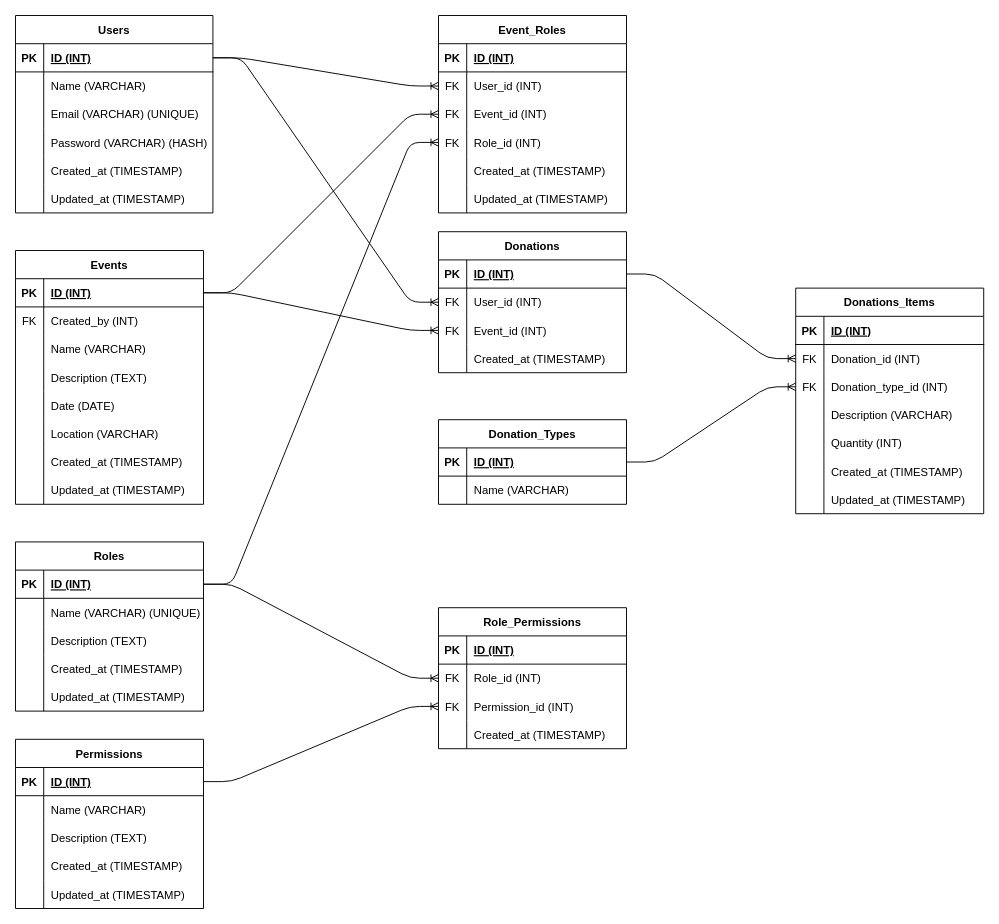
Before: db.drawio in PedroNeto05/projeto_caridade_backend, a draw.io diagram. Source tidied: cells renumbered, new cells numbered last; positions are measured from the earlier drawing's top-left corner, leaving out a move shared by most shapes. Both pictures are drawn from the tidied source at 94%, with x=0, y=0 at pixel (15, 15).
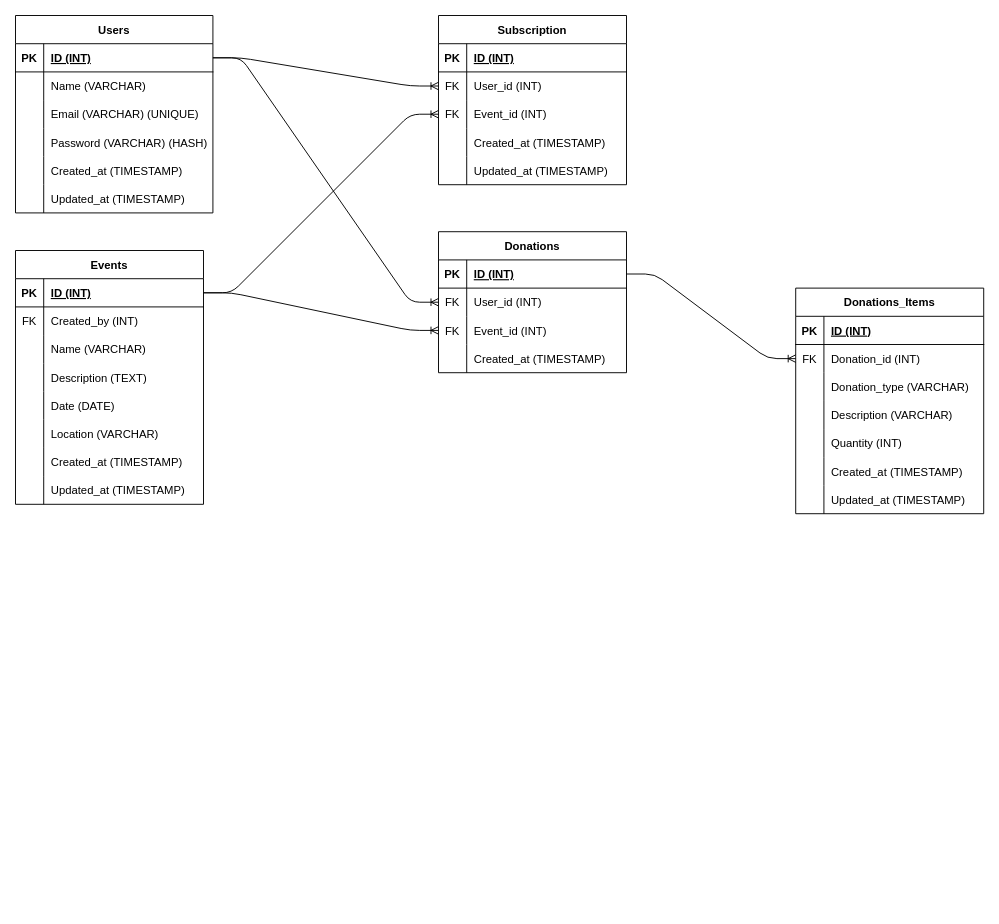
The same diagram, later.

Commit message (it also covers changes not shown here):
refact: removido algumas tabelas

The change refers to these unchanged cells:
```xml
<mxCell id="130" style="shape=tableRow;horizontal=0;startSize=0;swimlaneHead=0;swimlaneBody=0;fillColor=none;points=[[0,0.5],[1,0.5]];portConstraint=eastwest;top=0;left=0;right=0;bottom=0;" parent="123" vertex="1">
  <mxGeometry y="90" width="200" height="30" as="geometry" />
</mxCell>
```

The edit, as a diff of the source:
```diff
@@
-    <mxCell id="21" value="Roles" style="shape=table;startSize=30;childLayout=tableLayout;rowLines=0;fontStyle=1;align=center;" parent="1" vertex="1">
-      <mxGeometry y="560" width="200" height="180" as="geometry" />
-    </mxCell>
-    <mxCell id="22" style="shape=tableRow;horizontal=0;startSize=0;swimlaneHead=0;swimlaneBody=0;fillColor=none;points=[[0,0.5],[1,0.5]];portConstraint=eastwest;top=0;left=0;right=0;bottom=1;" parent="21" vertex="1">
-      <mxGeometry y="30" width="200" height="30" as="geometry" />
-    </mxCell>
-    <mxCell id="23" value="PK" style="shape=partialRectangle;fillColor=none;top=0;left=0;bottom=0;right=0;fontStyle=1;overflow=hidden;" parent="22" vertex="1">
-      <mxGeometry width="30" height="30" as="geometry" />
-    </mxCell>
-    <mxCell id="24" value="ID (INT)" style="shape=partialRectangle;fillColor=none;top=0;left=0;bottom=0;right=0;align=left;spacingLeft=6;fontStyle=5;overflow=hidden;" parent="22" vertex="1">
-      <mxGeometry x="30" width="170" height="30" as="geometry" />
-    </mxCell>
-    <mxCell id="25" style="shape=tableRow;horizontal=0;startSize=0;swimlaneHead=0;swimlaneBody=0;fillColor=none;top=0;left=0;right=0;bottom=0;" parent="21" vertex="1">
-      <mxGeometry y="60" width="200" height="30" as="geometry" />
-    </mxCell>
-    <mxCell id="26" style="shape=partialRectangle;fillColor=none;top=0;left=0;bottom=0;right=0;overflow=hidden;" parent="25" vertex="1">
-      <mxGeometry width="30" height="30" as="geometry" />
-    </mxCell>
-    <mxCell id="27" value="Name (VARCHAR) (UNIQUE)" style="shape=partialRectangle;fillColor=none;top=0;left=0;bottom=0;right=0;align=left;spacingLeft=6;overflow=hidden;" parent="25" vertex="1">
-      <mxGeometry x="30" width="170" height="30" as="geometry" />
-    </mxCell>
-    <mxCell id="28" style="shape=tableRow;horizontal=0;startSize=0;swimlaneHead=0;swimlaneBody=0;fillColor=none;top=0;left=0;right=0;bottom=0;" parent="21" vertex="1">
-      <mxGeometry y="90" width="200" height="30" as="geometry" />
-    </mxCell>
-    <mxCell id="29" style="shape=partialRectangle;fillColor=none;top=0;left=0;bottom=0;right=0;overflow=hidden;" parent="28" vertex="1">
-      <mxGeometry width="30" height="30" as="geometry" />
-    </mxCell>
-    <mxCell id="30" value="Description (TEXT)" style="shape=partialRectangle;fillColor=none;top=0;left=0;bottom=0;right=0;align=left;spacingLeft=6;overflow=hidden;" parent="28" vertex="1">
-      <mxGeometry x="30" width="170" height="30" as="geometry" />
-    </mxCell>
-    <mxCell id="31" style="shape=tableRow;horizontal=0;startSize=0;swimlaneHead=0;swimlaneBody=0;fillColor=none;top=0;left=0;right=0;bottom=0;" parent="21" vertex="1">
-      <mxGeometry y="120" width="200" height="30" as="geometry" />
-    </mxCell>
-    <mxCell id="32" style="shape=partialRectangle;fillColor=none;top=0;left=0;bottom=0;right=0;overflow=hidden;" parent="31" vertex="1">
-      <mxGeometry width="30" height="30" as="geometry" />
-    </mxCell>
-    <mxCell id="33" value="Created_at (TIMESTAMP)" style="shape=partialRectangle;fillColor=none;top=0;left=0;bottom=0;right=0;align=left;spacingLeft=6;overflow=hidden;" parent="31" vertex="1">
-      <mxGeometry x="30" width="170" height="30" as="geometry" />
-    </mxCell>
-    <mxCell id="34" style="shape=tableRow;horizontal=0;startSize=0;swimlaneHead=0;swimlaneBody=0;fillColor=none;top=0;left=0;right=0;bottom=0;" parent="21" vertex="1">
-      <mxGeometry y="150" width="200" height="30" as="geometry" />
-    </mxCell>
-    <mxCell id="35" style="shape=partialRectangle;fillColor=none;top=0;left=0;bottom=0;right=0;overflow=hidden;" parent="34" vertex="1">
-      <mxGeometry width="30" height="30" as="geometry" />
-    </mxCell>
-    <mxCell id="36" value="Updated_at (TIMESTAMP)" style="shape=partialRectangle;fillColor=none;top=0;left=0;bottom=0;right=0;align=left;spacingLeft=6;overflow=hidden;" parent="34" vertex="1">
-      <mxGeometry x="30" width="170" height="30" as="geometry" />
-    </mxCell>
-    <mxCell id="37" value="Permissions" style="shape=table;startSize=30;childLayout=tableLayout;rowLines=0;fontStyle=1;align=center;" parent="1" vertex="1">
-      <mxGeometry y="770" width="200" height="180" as="geometry" />
-    </mxCell>
-    <mxCell id="38" style="shape=tableRow;horizontal=0;startSize=0;swimlaneHead=0;swimlaneBody=0;fillColor=none;points=[[0,0.5],[1,0.5]];portConstraint=eastwest;top=0;left=0;right=0;bottom=1;" parent="37" vertex="1">
-      <mxGeometry y="30" width="200" height="30" as="geometry" />
-    </mxCell>
-    <mxCell id="39" value="PK" style="shape=partialRectangle;fillColor=none;top=0;left=0;bottom=0;right=0;fontStyle=1;overflow=hidden;" parent="38" vertex="1">
-      <mxGeometry width="30" height="30" as="geometry" />
-    </mxCell>
-    <mxCell id="40" value="ID (INT)" style="shape=partialRectangle;fillColor=none;top=0;left=0;bottom=0;right=0;align=left;spacingLeft=6;fontStyle=5;overflow=hidden;" parent="38" vertex="1">
-      <mxGeometry x="30" width="170" height="30" as="geometry" />
-    </mxCell>
-    <mxCell id="41" style="shape=tableRow;horizontal=0;startSize=0;swimlaneHead=0;swimlaneBody=0;fillColor=none;top=0;left=0;right=0;bottom=0;" parent="37" vertex="1">
-      <mxGeometry y="60" width="200" height="30" as="geometry" />
-    </mxCell>
-    <mxCell id="42" style="shape=partialRectangle;fillColor=none;top=0;left=0;bottom=0;right=0;overflow=hidden;" parent="41" vertex="1">
-      <mxGeometry width="30" height="30" as="geometry" />
-    </mxCell>
-    <mxCell id="43" value="Name (VARCHAR)" style="shape=partialRectangle;fillColor=none;top=0;left=0;bottom=0;right=0;align=left;spacingLeft=6;overflow=hidden;" parent="41" vertex="1">
-      <mxGeometry x="30" width="170" height="30" as="geometry" />
-    </mxCell>
-    <mxCell id="44" style="shape=tableRow;horizontal=0;startSize=0;swimlaneHead=0;swimlaneBody=0;fillColor=none;top=0;left=0;right=0;bottom=0;" parent="37" vertex="1">
-      <mxGeometry y="90" width="200" height="30" as="geometry" />
-    </mxCell>
-    <mxCell id="45" style="shape=partialRectangle;fillColor=none;top=0;left=0;bottom=0;right=0;overflow=hidden;" parent="44" vertex="1">
-      <mxGeometry width="30" height="30" as="geometry" />
-    </mxCell>
-    <mxCell id="46" value="Description (TEXT)" style="shape=partialRectangle;fillColor=none;top=0;left=0;bottom=0;right=0;align=left;spacingLeft=6;overflow=hidden;" parent="44" vertex="1">
-      <mxGeometry x="30" width="170" height="30" as="geometry" />
-    </mxCell>
-    <mxCell id="47" style="shape=tableRow;horizontal=0;startSize=0;swimlaneHead=0;swimlaneBody=0;fillColor=none;top=0;left=0;right=0;bottom=0;" parent="37" vertex="1">
-      <mxGeometry y="120" width="200" height="30" as="geometry" />
-    </mxCell>
-    <mxCell id="48" style="shape=partialRectangle;fillColor=none;top=0;left=0;bottom=0;right=0;overflow=hidden;" parent="47" vertex="1">
-      <mxGeometry width="30" height="30" as="geometry" />
-    </mxCell>
-    <mxCell id="49" value="Created_at (TIMESTAMP)" style="shape=partialRectangle;fillColor=none;top=0;left=0;bottom=0;right=0;align=left;spacingLeft=6;overflow=hidden;" parent="47" vertex="1">
-      <mxGeometry x="30" width="170" height="30" as="geometry" />
-    </mxCell>
-    <mxCell id="50" style="shape=tableRow;horizontal=0;startSize=0;swimlaneHead=0;swimlaneBody=0;fillColor=none;top=0;left=0;right=0;bottom=0;" parent="37" vertex="1">
-      <mxGeometry y="150" width="200" height="30" as="geometry" />
-    </mxCell>
-    <mxCell id="51" style="shape=partialRectangle;fillColor=none;top=0;left=0;bottom=0;right=0;overflow=hidden;" parent="50" vertex="1">
-      <mxGeometry width="30" height="30" as="geometry" />
-    </mxCell>
-    <mxCell id="52" value="Updated_at (TIMESTAMP)" style="shape=partialRectangle;fillColor=none;top=0;left=0;bottom=0;right=0;align=left;spacingLeft=6;overflow=hidden;" parent="50" vertex="1">
-      <mxGeometry x="30" width="170" height="30" as="geometry" />
-    </mxCell>
-    <mxCell id="53" value="Role_Permissions" style="shape=table;startSize=30;childLayout=tableLayout;rowLines=0;fontStyle=1;align=center;" parent="1" vertex="1">
-      <mxGeometry x="450" y="630" width="200" height="150" as="geometry" />
-    </mxCell>
-    <mxCell id="54" style="shape=tableRow;horizontal=0;startSize=0;swimlaneHead=0;swimlaneBody=0;fillColor=none;top=0;left=0;right=0;bottom=1;" parent="53" vertex="1">
-      <mxGeometry y="30" width="200" height="30" as="geometry" />
-    </mxCell>
-    <mxCell id="55" value="PK" style="shape=partialRectangle;fillColor=none;top=0;left=0;bottom=0;right=0;fontStyle=1;overflow=hidden;" parent="54" vertex="1">
-      <mxGeometry width="30" height="30" as="geometry" />
-    </mxCell>
-    <mxCell id="56" value="ID (INT)" style="shape=partialRectangle;fillColor=none;top=0;left=0;bottom=0;right=0;align=left;spacingLeft=6;fontStyle=5;overflow=hidden;" parent="54" vertex="1">
-      <mxGeometry x="30" width="170" height="30" as="geometry" />
-    </mxCell>
-    <mxCell id="57" style="shape=tableRow;horizontal=0;startSize=0;swimlaneHead=0;swimlaneBody=0;fillColor=none;points=[[0,0.5],[1,0.5]];portConstraint=eastwest;top=0;left=0;right=0;bottom=0;" parent="53" vertex="1">
-      <mxGeometry y="60" width="200" height="30" as="geometry" />
-    </mxCell>
-    <mxCell id="58" value="FK" style="shape=partialRectangle;fillColor=none;top=0;left=0;bottom=0;right=0;overflow=hidden;" parent="57" vertex="1">
-      <mxGeometry width="30" height="30" as="geometry" />
-    </mxCell>
-    <mxCell id="59" value="Role_id (INT)" style="shape=partialRectangle;fillColor=none;top=0;left=0;bottom=0;right=0;align=left;spacingLeft=6;overflow=hidden;" parent="57" vertex="1">
-      <mxGeometry x="30" width="170" height="30" as="geometry" />
-    </mxCell>
-    <mxCell id="60" style="shape=tableRow;horizontal=0;startSize=0;swimlaneHead=0;swimlaneBody=0;fillColor=none;points=[[0,0.5],[1,0.5]];portConstraint=eastwest;top=0;left=0;right=0;bottom=0;" parent="53" vertex="1">
-      <mxGeometry y="90" width="200" height="30" as="geometry" />
-    </mxCell>
-    <mxCell id="61" value="FK" style="shape=partialRectangle;fillColor=none;top=0;left=0;bottom=0;right=0;overflow=hidden;" parent="60" vertex="1">
-      <mxGeometry width="30" height="30" as="geometry" />
-    </mxCell>
-    <mxCell id="62" value="Permission_id (INT)" style="shape=partialRectangle;fillColor=none;top=0;left=0;bottom=0;right=0;align=left;spacingLeft=6;overflow=hidden;" parent="60" vertex="1">
-      <mxGeometry x="30" width="170" height="30" as="geometry" />
-    </mxCell>
-    <mxCell id="63" style="shape=tableRow;horizontal=0;startSize=0;swimlaneHead=0;swimlaneBody=0;fillColor=none;top=0;left=0;right=0;bottom=0;" parent="53" vertex="1">
-      <mxGeometry y="120" width="200" height="30" as="geometry" />
-    </mxCell>
-    <mxCell id="64" style="shape=partialRectangle;fillColor=none;top=0;left=0;bottom=0;right=0;overflow=hidden;" parent="63" vertex="1">
-      <mxGeometry width="30" height="30" as="geometry" />
-    </mxCell>
-    <mxCell id="65" value="Created_at (TIMESTAMP)" style="shape=partialRectangle;fillColor=none;top=0;left=0;bottom=0;right=0;align=left;spacingLeft=6;overflow=hidden;" parent="63" vertex="1">
-      <mxGeometry x="30" width="170" height="30" as="geometry" />
-    </mxCell>
@@
-    <mxCell id="91" value="Event_Roles" style="shape=table;startSize=30;childLayout=tableLayout;rowLines=0;fontStyle=1;align=center;" parent="1" vertex="1">
-      <mxGeometry x="450" width="200" height="210" as="geometry" />
+    <mxCell id="91" value="Subscription" style="shape=table;startSize=30;childLayout=tableLayout;rowLines=0;fontStyle=1;align=center;" parent="1" vertex="1">
+      <mxGeometry x="450" width="200" height="180" as="geometry" />
     </mxCell>
@@
-    <mxCell id="101" style="shape=tableRow;horizontal=0;startSize=0;swimlaneHead=0;swimlaneBody=0;fillColor=none;points=[[0,0.5],[1,0.5]];portConstraint=eastwest;top=0;left=0;right=0;bottom=0;" parent="91" vertex="1">
-      <mxGeometry y="120" width="200" height="30" as="geometry" />
-    </mxCell>
-    <mxCell id="102" value="FK" style="shape=partialRectangle;fillColor=none;top=0;left=0;bottom=0;right=0;overflow=hidden;" parent="101" vertex="1">
-      <mxGeometry width="30" height="30" as="geometry" />
-    </mxCell>
-    <mxCell id="103" value="Role_id (INT)" style="shape=partialRectangle;fillColor=none;top=0;left=0;bottom=0;right=0;align=left;spacingLeft=6;overflow=hidden;" parent="101" vertex="1">
-      <mxGeometry x="30" width="170" height="30" as="geometry" />
-    </mxCell>
     <mxCell id="104" style="shape=tableRow;horizontal=0;startSize=0;swimlaneHead=0;swimlaneBody=0;fillColor=none;top=0;left=0;right=0;bottom=0;" parent="91" vertex="1">
-      <mxGeometry y="150" width="200" height="30" as="geometry" />
+      <mxGeometry y="120" width="200" height="30" as="geometry" />
     </mxCell>
@@
     <mxCell id="107" style="shape=tableRow;horizontal=0;startSize=0;swimlaneHead=0;swimlaneBody=0;fillColor=none;top=0;left=0;right=0;bottom=0;" parent="91" vertex="1">
-      <mxGeometry y="180" width="200" height="30" as="geometry" />
+      <mxGeometry y="150" width="200" height="30" as="geometry" />
     </mxCell>
@@
-    <mxCell id="131" value="FK" style="shape=partialRectangle;fillColor=none;top=0;left=0;bottom=0;right=0;overflow=hidden;" parent="130" vertex="1">
+    <mxCell id="131" style="shape=partialRectangle;fillColor=none;top=0;left=0;bottom=0;right=0;overflow=hidden;" parent="130" vertex="1">
       <mxGeometry width="30" height="30" as="geometry" />
     </mxCell>
-    <mxCell id="132" value="Donation_type_id (INT)" style="shape=partialRectangle;fillColor=none;top=0;left=0;bottom=0;right=0;align=left;spacingLeft=6;overflow=hidden;" parent="130" vertex="1">
+    <mxCell id="132" value="Donation_type (VARCHAR)" style="shape=partialRectangle;fillColor=none;top=0;left=0;bottom=0;right=0;align=left;spacingLeft=6;overflow=hidden;" parent="130" vertex="1">
       <mxGeometry x="30" width="170" height="30" as="geometry" />
     </mxCell>
@@
-    <mxCell id="145" value="Donation_Types" style="shape=table;startSize=30;childLayout=tableLayout;rowLines=0;fontStyle=1;align=center;" parent="1" vertex="1">
-      <mxGeometry x="450" y="430" width="200" height="90" as="geometry" />
-    </mxCell>
-    <mxCell id="146" style="shape=tableRow;horizontal=0;startSize=0;swimlaneHead=0;swimlaneBody=0;fillColor=none;points=[[0,0.5],[1,0.5]];portConstraint=eastwest;top=0;left=0;right=0;bottom=1;" parent="145" vertex="1">
-      <mxGeometry y="30" width="200" height="30" as="geometry" />
-    </mxCell>
-    <mxCell id="147" value="PK" style="shape=partialRectangle;fillColor=none;top=0;left=0;bottom=0;right=0;fontStyle=1;overflow=hidden;" parent="146" vertex="1">
-      <mxGeometry width="30" height="30" as="geometry" />
-    </mxCell>
-    <mxCell id="148" value="ID (INT)" style="shape=partialRectangle;fillColor=none;top=0;left=0;bottom=0;right=0;align=left;spacingLeft=6;fontStyle=5;overflow=hidden;" parent="146" vertex="1">
-      <mxGeometry x="30" width="170" height="30" as="geometry" />
-    </mxCell>
-    <mxCell id="149" style="shape=tableRow;horizontal=0;startSize=0;swimlaneHead=0;swimlaneBody=0;fillColor=none;top=0;left=0;right=0;bottom=0;" parent="145" vertex="1">
-      <mxGeometry y="60" width="200" height="30" as="geometry" />
-    </mxCell>
-    <mxCell id="150" style="shape=partialRectangle;fillColor=none;top=0;left=0;bottom=0;right=0;overflow=hidden;" parent="149" vertex="1">
-      <mxGeometry width="30" height="30" as="geometry" />
-    </mxCell>
-    <mxCell id="151" value="Name (VARCHAR)" style="shape=partialRectangle;fillColor=none;top=0;left=0;bottom=0;right=0;align=left;spacingLeft=6;overflow=hidden;" parent="149" vertex="1">
-      <mxGeometry x="30" width="170" height="30" as="geometry" />
-    </mxCell>
@@
-    <mxCell id="155" style="edgeStyle=entityRelationEdgeStyle;fontSize=12;html=1;endArrow=ERoneToMany;exitX=1;exitY=0.5;exitDx=0;exitDy=0;entryX=0;entryY=0.5;entryDx=0;entryDy=0;" parent="1" edge="1" source="22" target="101">
-      <mxGeometry relative="1" as="geometry" />
-    </mxCell>
@@
-    <mxCell id="157" style="edgeStyle=entityRelationEdgeStyle;fontSize=12;html=1;endArrow=ERoneToMany;exitX=1;exitY=0.5;exitDx=0;exitDy=0;entryX=0;entryY=0.5;entryDx=0;entryDy=0;" parent="1" edge="1" source="22" target="57">
-      <mxGeometry relative="1" as="geometry" />
-    </mxCell>
-    <mxCell id="158" style="edgeStyle=entityRelationEdgeStyle;fontSize=12;html=1;endArrow=ERoneToMany;exitX=1;exitY=0.5;exitDx=0;exitDy=0;entryX=0;entryY=0.5;entryDx=0;entryDy=0;" parent="1" edge="1" source="38" target="60">
-      <mxGeometry relative="1" as="geometry" />
-    </mxCell>
@@
-    <mxCell id="160" style="edgeStyle=entityRelationEdgeStyle;fontSize=12;html=1;endArrow=ERoneToMany;exitX=1;exitY=0.5;exitDx=0;exitDy=0;entryX=0;entryY=0.5;entryDx=0;entryDy=0;" parent="1" edge="1" source="146" target="130">
-      <mxGeometry relative="1" as="geometry" />
-    </mxCell>
```
